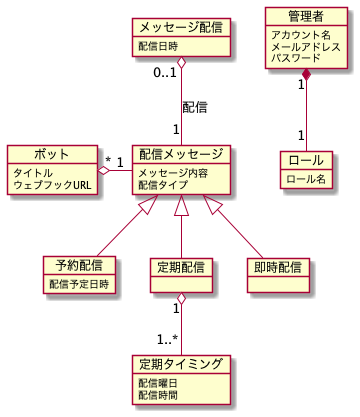
Before: diagram/analysis/model.png, a diagram exported from PlantUML (takemo101/dc-scheduler).
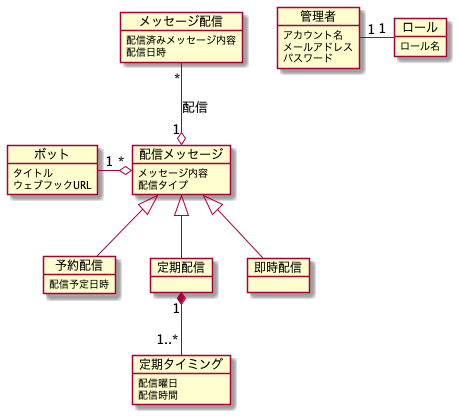
Later version of the same file.

Change to the diagram source:
```diff
@@ -25,19 +25,20 @@
     パスワード
 }
 object メッセージ配信 {
+    配信済みメッセージ内容
     配信日時
 }
 object ロール {
     ロール名
 }
 
-ボット "*" o- "1" 配信メッセージ
+ボット "1" -o "*" 配信メッセージ
 配信メッセージ <|-- 即時配信
 配信メッセージ <|-- 予約配信
 配信メッセージ <|-- 定期配信
-定期配信 "1" o-- "1..*" 定期タイミング
-メッセージ配信 "0..1" o-- "1" 配信メッセージ : 配信
+定期配信 "1" *-- "1..*" 定期タイミング
+メッセージ配信 "*" --o "1" 配信メッセージ : 配信
 
-管理者 "1" *-- "1" ロール
+管理者 "1" - "1" ロール
 
 @enduml
```
